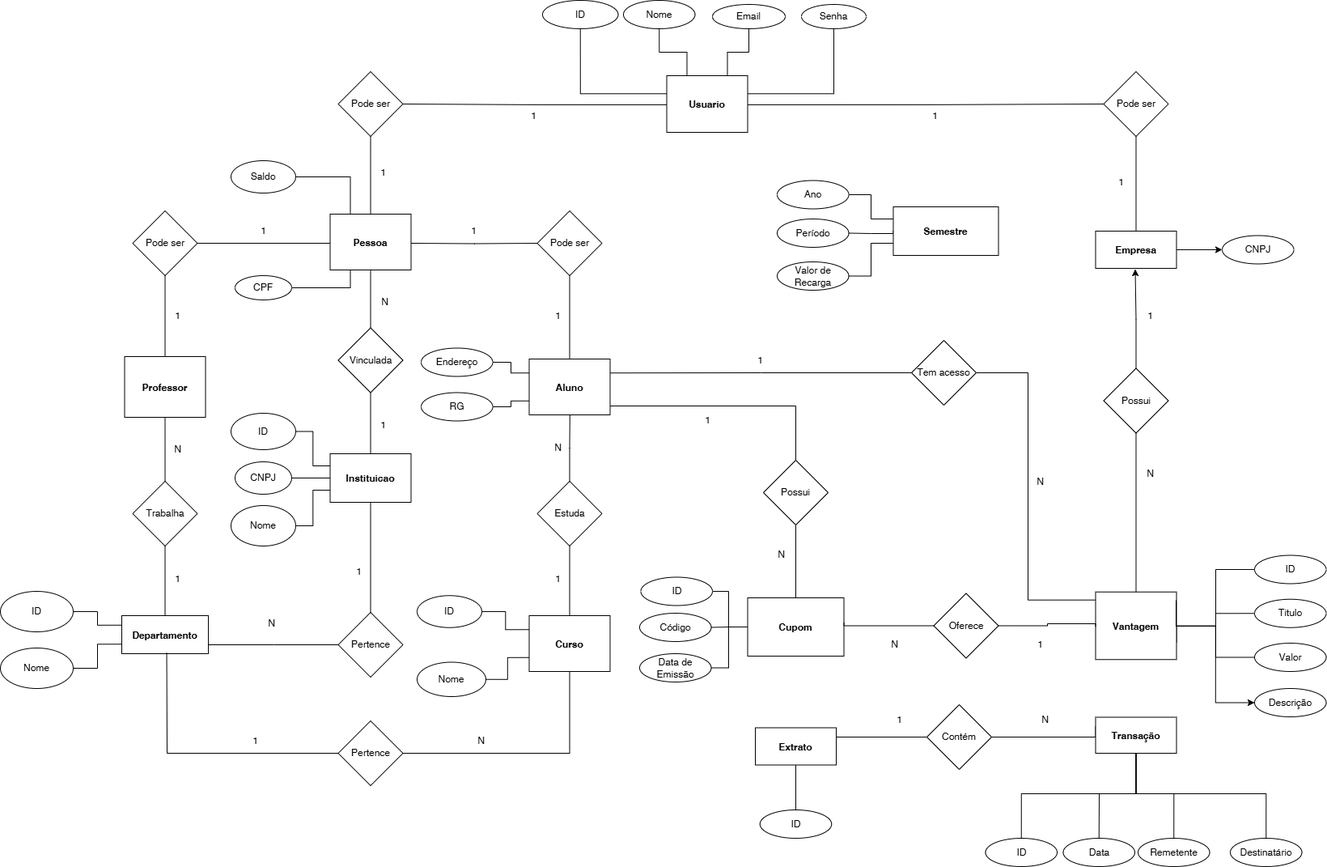
pedrolucas444/laboratorio-3 keeps this draw.io diagram as projeto/imagens/Diagrama ER.drawio.png. Above is the earlier version. Source tidied: cells renumbered, new cells last; positions are measured from the earlier drawing's top-left corner, leaving out a move shared by most shapes.
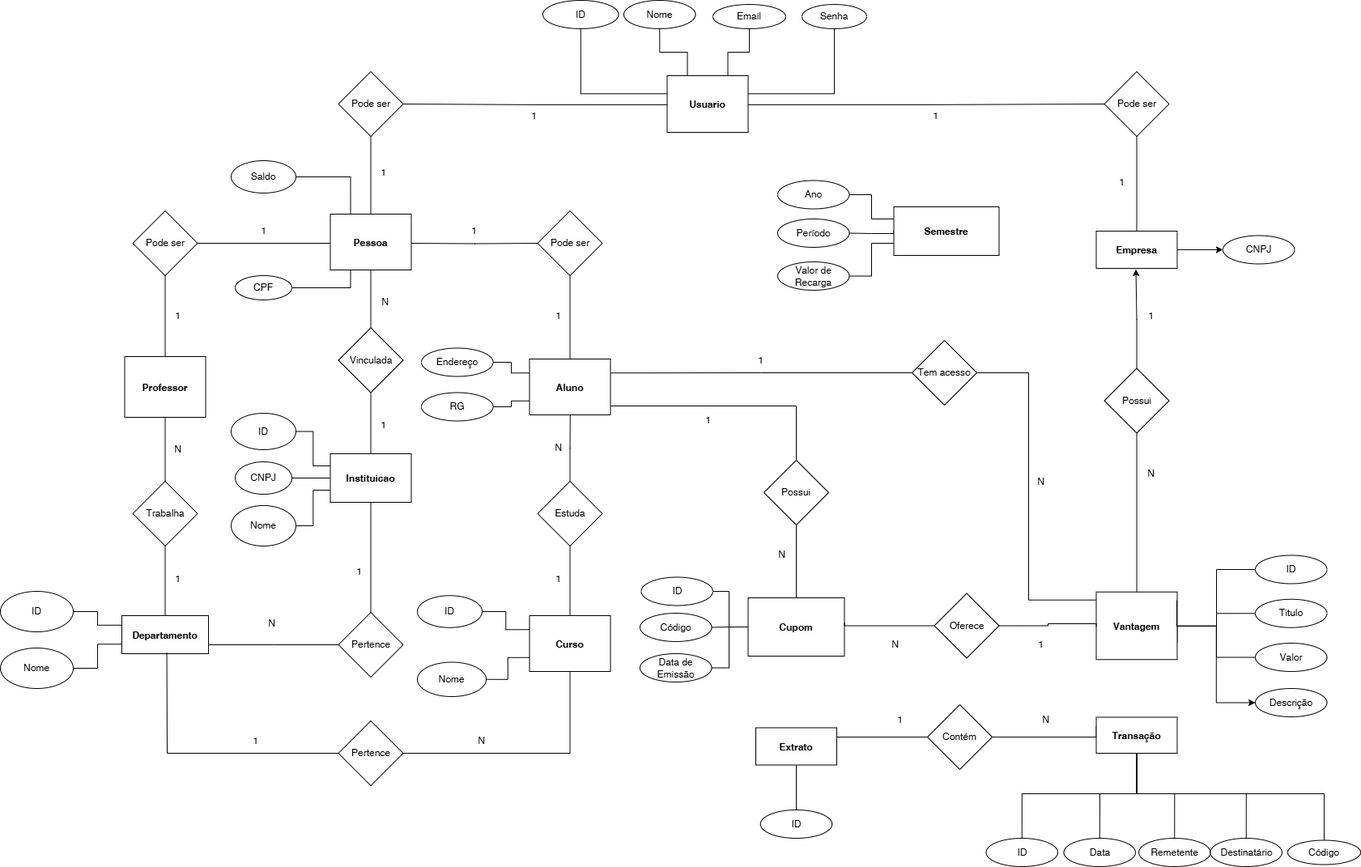
Above is the later version.

Commit message:
att img DER

What changed in the source:
```diff
@@ -193,7 +193,7 @@
       <mxGeometry relative="1" as="geometry">
         <Array as="points">
           <mxPoint x="1404" y="980" />
-          <mxPoint x="1564" y="980" />
+          <mxPoint x="1539" y="980" />
         </Array>
       </mxGeometry>
     </mxCell>
@@ -213,6 +213,14 @@
         </Array>
       </mxGeometry>
     </mxCell>
+    <mxCell id="171" style="edgeStyle=orthogonalEdgeStyle;rounded=0;jettySize=auto;html=1;entryX=0.5;entryY=0;entryDx=0;entryDy=0;endArrow=none;startFill=0;" parent="1" edge="1" source="57" target="172">
+      <mxGeometry relative="1" as="geometry">
+        <Array as="points">
+          <mxPoint x="1404" y="980" />
+          <mxPoint x="1635" y="980" />
+        </Array>
+      </mxGeometry>
+    </mxCell>
     <mxCell id="57" value="Transação" style="shape=square;fontStyle=1;" parent="1" vertex="1">
       <mxGeometry x="1353.5" y="885.5" width="100" height="44.5" as="geometry" />
     </mxCell>
@@ -579,7 +587,7 @@
       <mxGeometry x="1406" y="1035" width="88.5" height="35" as="geometry" />
     </mxCell>
     <mxCell id="165" value="Destinatário" style="ellipse;whiteSpace=wrap;html=1;" parent="1" vertex="1">
-      <mxGeometry x="1520" y="1035" width="88.5" height="35" as="geometry" />
+      <mxGeometry x="1494.5" y="1035" width="88.5" height="35" as="geometry" />
     </mxCell>
     <mxCell id="166" value="Data" style="ellipse;whiteSpace=wrap;html=1;" parent="1" vertex="1">
       <mxGeometry x="1313.5" y="1035" width="88.5" height="35" as="geometry" />
@@ -596,5 +604,8 @@
     <mxCell id="170" value="Data de Emissão" style="ellipse;whiteSpace=wrap;html=1;" parent="1" vertex="1">
       <mxGeometry x="790" y="807" width="88.5" height="35" as="geometry" />
     </mxCell>
+    <mxCell id="172" value="Código" style="ellipse;whiteSpace=wrap;html=1;" parent="1" vertex="1">
+      <mxGeometry x="1590" y="1037.5" width="90" height="30" as="geometry" />
+    </mxCell>
   </root>
 </mxGraphModel>
```
